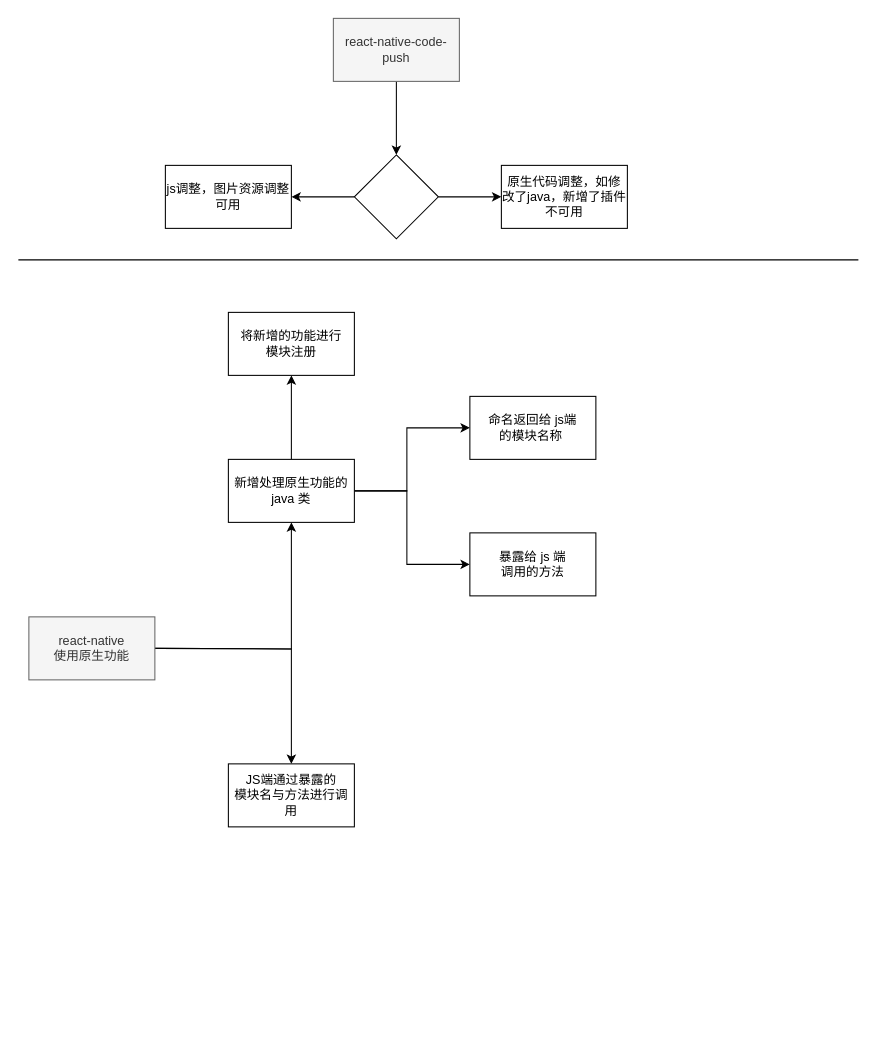
The draw.io diagram rn.drawio in tangme/flowchart, before the edit. Source tidied: cells renumbered, new cells numbered last; positions are measured from the earlier drawing's top-left corner, leaving out a move shared by most shapes. Both pictures are drawn from the tidied source at 105%, with x=0, y=0 at pixel (18, 18).
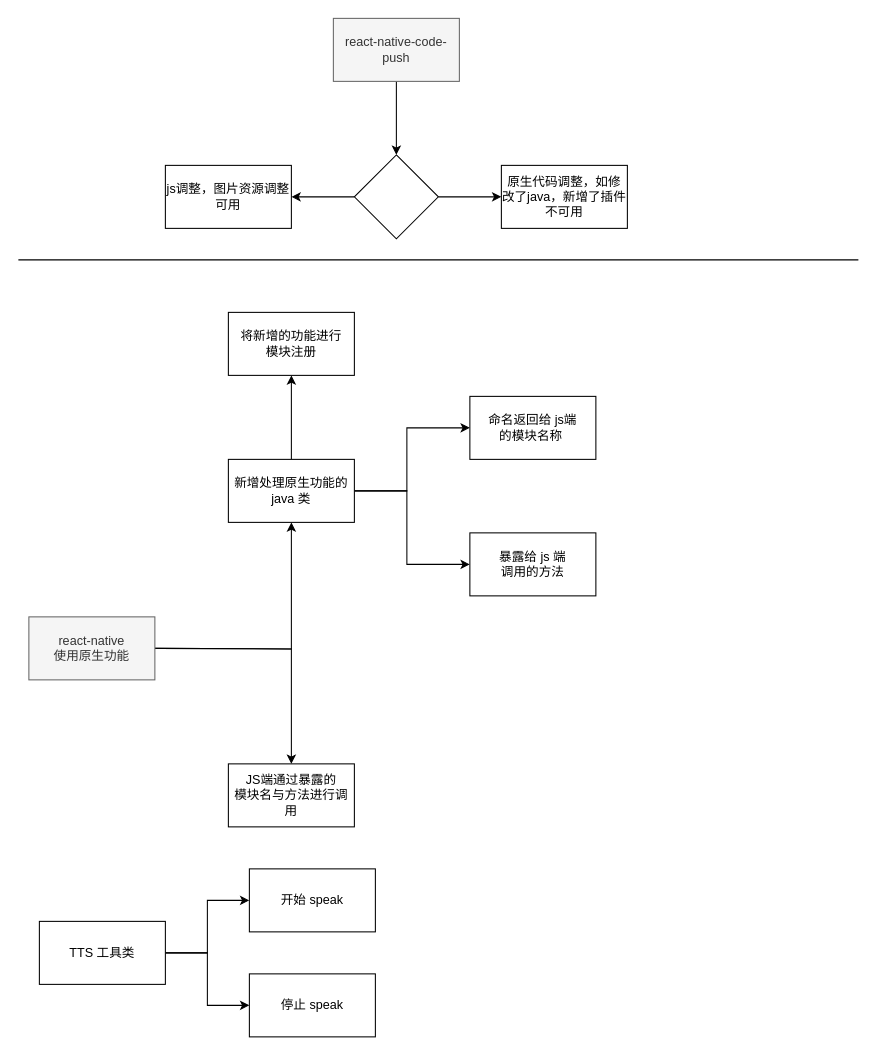
The same page after the edit.

Change to the diagram source:
```diff
@@
+    <mxCell id="21" style="edgeStyle=orthogonalEdgeStyle;rounded=0;jettySize=auto;html=1;" parent="1" edge="1" source="23" target="24">
+      <mxGeometry relative="1" as="geometry" />
+    </mxCell>
+    <mxCell id="22" style="edgeStyle=orthogonalEdgeStyle;rounded=0;jettySize=auto;html=1;" parent="1" edge="1" source="23" target="25">
+      <mxGeometry relative="1" as="geometry" />
+    </mxCell>
+    <mxCell id="23" value="TTS 工具类" style="rounded=0;whiteSpace=wrap;html=1;" parent="1" vertex="1">
+      <mxGeometry x="20" y="860" width="120" height="60" as="geometry" />
+    </mxCell>
+    <mxCell id="24" value="开始 speak" style="rounded=0;whiteSpace=wrap;html=1;" parent="1" vertex="1">
+      <mxGeometry x="220" y="810" width="120" height="60" as="geometry" />
+    </mxCell>
+    <mxCell id="25" value="停止 speak" style="rounded=0;whiteSpace=wrap;html=1;" parent="1" vertex="1">
+      <mxGeometry x="220" y="910" width="120" height="60" as="geometry" />
+    </mxCell>
```
